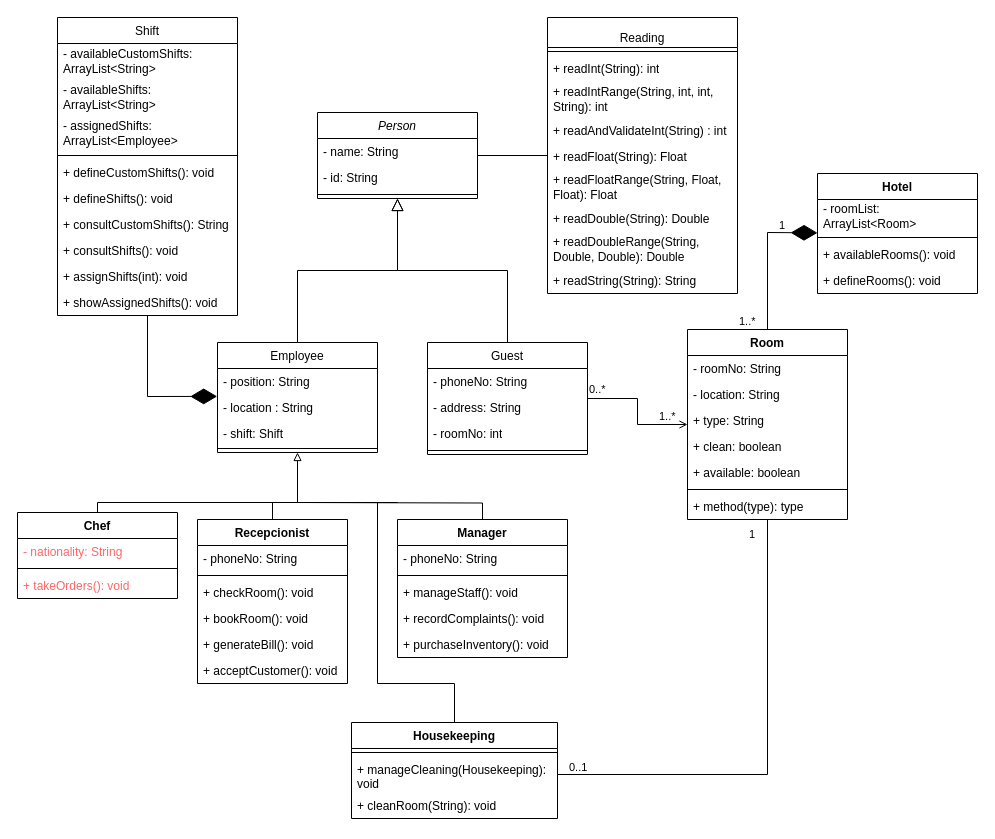
This is files/HotelFollowers.drawio from mesasg/HotelTecnicas, a draw.io file, before an edit. Source tidied: cells renumbered, new cells numbered last; positions are measured from the earlier drawing's top-left corner, leaving out a move shared by most shapes. Both pictures are drawn from the tidied source at 100%, with x=0, y=0 at pixel (17, 17).
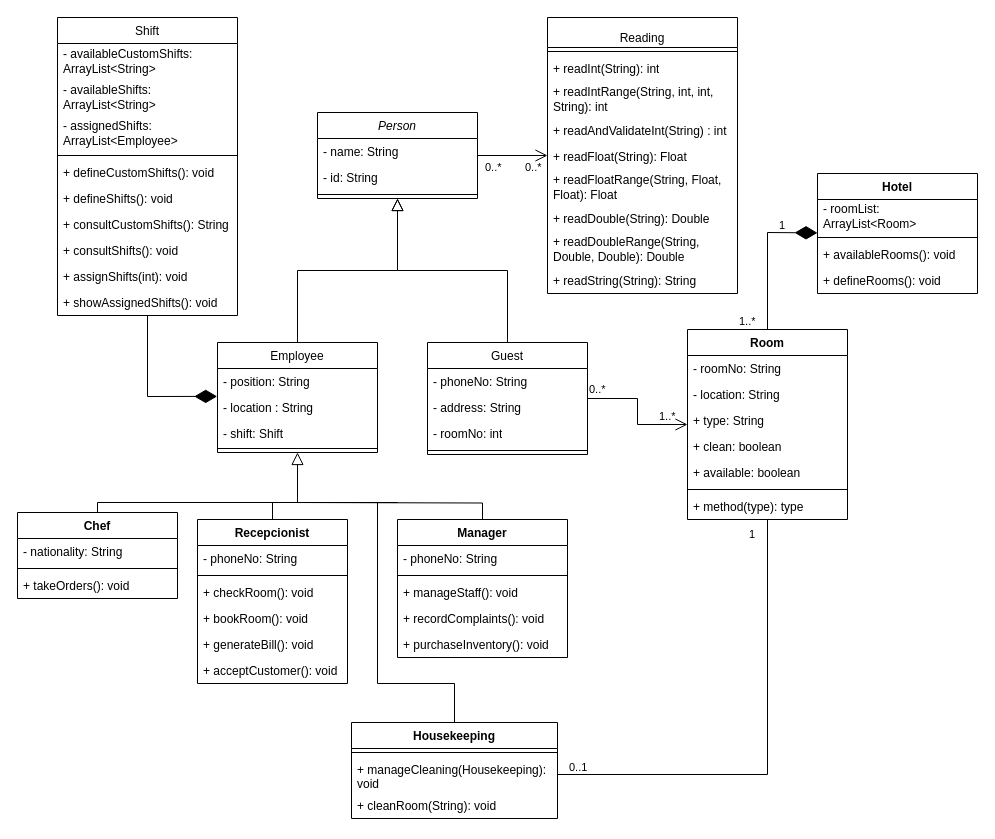
Above is the later version.

The change refers to these unchanged cells:
```xml
<mxCell id="3" value="Person" style="swimlane;fontStyle=2;align=center;verticalAlign=top;horizontal=1;startSize=26;rounded=0;shadow=0;strokeWidth=1;" parent="1" vertex="1">
  <mxGeometry x="300" y="95" width="160" height="86" as="geometry" />
</mxCell>
<mxCell id="7" value="Employee" style="swimlane;fontStyle=0;align=center;verticalAlign=top;horizontal=1;startSize=26;rounded=0;shadow=0;strokeWidth=1;" parent="1" vertex="1">
  <mxGeometry x="200" y="325" width="160" height="110" as="geometry" />
</mxCell>
<mxCell id="8" value="- position: String" style="text;align=left;verticalAlign=top;spacingLeft=4;spacingRight=4;overflow=hidden;points=[[0,0.5],[1,0.5]];portConstraint=eastwest;rounded=0;shadow=0;html=0;" parent="7" vertex="1">
  <mxGeometry y="26" width="160" height="26" as="geometry" />
</mxCell>
<mxCell id="14" value="Guest" style="swimlane;fontStyle=0;align=center;verticalAlign=top;horizontal=1;startSize=26;rounded=0;shadow=0;strokeWidth=1;" parent="1" vertex="1">
  <mxGeometry x="410" y="325" width="160" height="112" as="geometry" />
</mxCell>
<mxCell id="20" value="Shift" style="swimlane;fontStyle=0;align=center;verticalAlign=top;horizontal=1;startSize=26;rounded=0;shadow=0;strokeWidth=1;" parent="1" vertex="1">
  <mxGeometry x="40" width="180" height="298" as="geometry" />
</mxCell>
<mxCell id="31" value="Reading" style="swimlane;fontStyle=0;horizontal=1;startSize=30;fillColor=none;whiteSpace=wrap;html=1;verticalAlign=bottom;" parent="1" vertex="1">
  <mxGeometry x="530" width="190" height="276" as="geometry" />
</mxCell>
<mxCell id="43" value="Chef" style="swimlane;fontStyle=1;align=center;verticalAlign=top;horizontal=1;startSize=26;whiteSpace=wrap;html=1;" parent="1" vertex="1">
  <mxGeometry y="495" width="160" height="86" as="geometry" />
</mxCell>
<mxCell id="47" value="Housekeeping" style="swimlane;fontStyle=1;align=center;verticalAlign=top;horizontal=1;startSize=26;whiteSpace=wrap;html=1;" parent="1" vertex="1">
  <mxGeometry x="334" y="705" width="206" height="96" as="geometry" />
</mxCell>
<mxCell id="67" value="Room" style="swimlane;fontStyle=1;align=center;verticalAlign=top;horizontal=1;startSize=26;whiteSpace=wrap;html=1;" parent="1" vertex="1">
  <mxGeometry x="670" y="312" width="160" height="190" as="geometry" />
</mxCell>
<mxCell id="75" value="Hotel" style="swimlane;fontStyle=1;align=center;verticalAlign=top;horizontal=1;startSize=26;whiteSpace=wrap;html=1;" parent="1" vertex="1">
  <mxGeometry x="800" y="156" width="160" height="120" as="geometry" />
</mxCell>
```

The edit, as a diff of the source:
```diff
@@
-    <mxCell id="2" style="edgeStyle=orthogonalEdgeStyle;rounded=0;jettySize=auto;html=1;endArrow=none;endFill=0;" parent="1" edge="1" source="3" target="31">
+    <mxCell id="2" style="edgeStyle=orthogonalEdgeStyle;rounded=0;jettySize=auto;html=1;endArrow=open;endFill=0;startSize=0;endSize=10;" parent="1" edge="1" source="3" target="31">
       <mxGeometry relative="1" as="geometry" />
     </mxCell>
@@
-    <mxCell id="13" style="edgeStyle=orthogonalEdgeStyle;rounded=0;jettySize=auto;html=1;endArrow=open;endFill=0;" parent="1" edge="1" source="14" target="67">
+    <mxCell id="13" style="edgeStyle=orthogonalEdgeStyle;rounded=0;jettySize=auto;html=1;endArrow=open;endFill=0;startSize=0;endSize=10;" parent="1" edge="1" source="14" target="67">
       <mxGeometry relative="1" as="geometry" />
     </mxCell>
@@
-    <mxCell id="41" style="endArrow=diamondThin;endFill=1;endSize=24;html=1;rounded=0;entryX=-0.002;entryY=1.073;entryDx=0;entryDy=0;entryPerimeter=0;" parent="1" edge="1" source="20" target="8">
+    <mxCell id="41" style="endArrow=diamondThin;endFill=1;endSize=20;html=1;rounded=0;entryX=-0.002;entryY=1.073;entryDx=0;entryDy=0;entryPerimeter=0;" parent="1" edge="1" source="20" target="8">
       <mxGeometry relative="1" as="geometry">
         <Array as="points">
           <mxPoint x="130" y="379" />
         </Array>
       </mxGeometry>
     </mxCell>
@@
-    <mxCell id="44" value="&lt;font color=&quot;#ff6666&quot;&gt;- nationality: String&lt;/font&gt;" style="text;strokeColor=none;fillColor=none;align=left;verticalAlign=top;spacingLeft=4;spacingRight=4;overflow=hidden;whiteSpace=wrap;html=1;" parent="43" vertex="1">
+    <mxCell id="44" value="- nationality: String" style="text;strokeColor=none;fillColor=none;align=left;verticalAlign=top;spacingLeft=4;spacingRight=4;overflow=hidden;whiteSpace=wrap;html=1;" parent="43" vertex="1">
       <mxGeometry y="26" width="160" height="26" as="geometry" />
     </mxCell>
@@
-    <mxCell id="46" value="&lt;font color=&quot;#ff6666&quot;&gt;+ takeOrders(): void&lt;/font&gt;" style="text;strokeColor=none;fillColor=none;align=left;verticalAlign=top;spacingLeft=4;spacingRight=4;overflow=hidden;whiteSpace=wrap;html=1;" parent="43" vertex="1">
+    <mxCell id="46" value="+ takeOrders(): void" style="text;strokeColor=none;fillColor=none;align=left;verticalAlign=top;spacingLeft=4;spacingRight=4;overflow=hidden;whiteSpace=wrap;html=1;" parent="43" vertex="1">
       <mxGeometry y="60" width="160" height="26" as="geometry" />
     </mxCell>
@@
-    <mxCell id="57" style="endArrow=none;html=1;edgeStyle=orthogonalEdgeStyle;rounded=0;entryX=0.5;entryY=0;entryDx=0;entryDy=0;exitX=0.5;exitY=1;exitDx=0;exitDy=0;startArrow=block;startFill=0;endSize=10;" parent="1" edge="1" source="7" target="47">
+    <mxCell id="57" style="endArrow=none;html=1;edgeStyle=orthogonalEdgeStyle;rounded=0;entryX=0.5;entryY=0;entryDx=0;entryDy=0;exitX=0.5;exitY=1;exitDx=0;exitDy=0;startArrow=block;startFill=0;endSize=0;jumpSize=6;startSize=10;" parent="1" edge="1" source="7" target="47">
       <mxGeometry relative="1" as="geometry">
         <Array as="points">
           <mxPoint x="280" y="485" />
           <mxPoint x="360" y="485" />
           <mxPoint x="360" y="666" />
         </Array>
       </mxGeometry>
     </mxCell>
@@
-    <mxCell id="80" style="endArrow=diamondThin;endFill=1;endSize=24;html=1;rounded=0;exitX=0.5;exitY=0;exitDx=0;exitDy=0;" parent="1" edge="1" source="67" target="75">
+    <mxCell id="80" style="endArrow=diamondThin;endFill=1;endSize=20;html=1;rounded=0;exitX=0.5;exitY=0;exitDx=0;exitDy=0;" parent="1" edge="1" source="67" target="75">
       <mxGeometry relative="1" as="geometry">
         <Array as="points">
           <mxPoint x="750" y="215" />
         </Array>
       </mxGeometry>
     </mxCell>
@@
+    <mxCell id="88" value="0..*" style="edgeLabel;html=1;align=left;verticalAlign=bottom;labelBackgroundColor=none;" parent="1" vertex="1">
+      <mxGeometry x="520" y="298" as="geometry">
+        <mxPoint x="-14" y="-140" as="offset" />
+      </mxGeometry>
+    </mxCell>
+    <mxCell id="89" value="0..*" style="edgeLabel;html=1;align=left;verticalAlign=bottom;labelBackgroundColor=none;" parent="1" vertex="1">
+      <mxGeometry x="480" y="298" as="geometry">
+        <mxPoint x="-14" y="-140" as="offset" />
+      </mxGeometry>
+    </mxCell>
```
